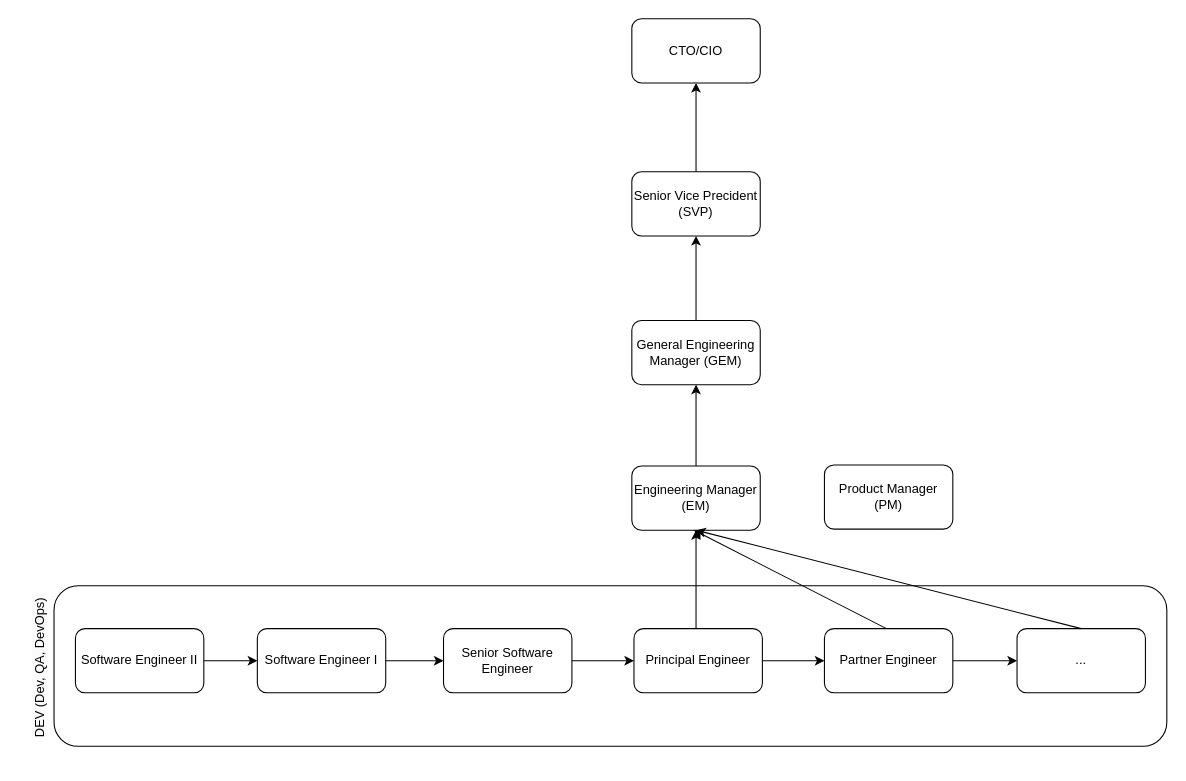
ayeleth-o-shea/drafts keeps this draw.io diagram as Диаграмма без названия.drawio. Above is the earlier version. Source tidied: cells renumbered, new cells numbered last; positions are measured from the earlier drawing's top-left corner, leaving out a move shared by most shapes. Both pictures are drawn from the tidied source at 107%, with x=0, y=0 at pixel (18, 18).
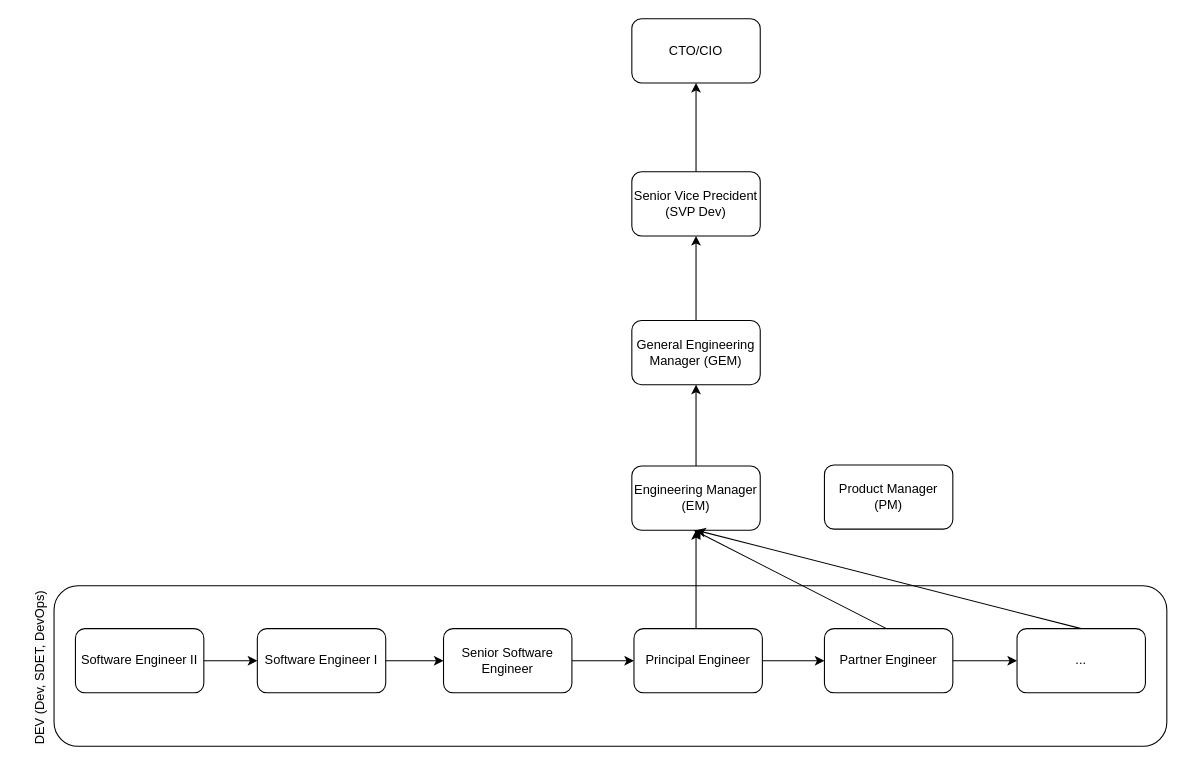
Above is the later version.

Change to the diagram source:
```diff
@@
-    <mxCell id="6" value="Senior Vice Precident (SVP)" style="rounded=1;whiteSpace=wrap;html=1;" parent="1" vertex="1">
+    <mxCell id="6" value="Senior Vice Precident (SVP Dev)" style="rounded=1;whiteSpace=wrap;html=1;" parent="1" vertex="1">
       <mxGeometry x="573" y="143" width="120" height="60" as="geometry" />
     </mxCell>
@@
-    <mxCell id="11" value="&lt;span style=&quot;color: rgb(0, 0, 0); font-family: Helvetica; font-size: 12px; font-style: normal; font-variant-ligatures: normal; font-variant-caps: normal; font-weight: 400; letter-spacing: normal; orphans: 2; text-align: center; text-indent: 0px; text-transform: none; widows: 2; word-spacing: 0px; -webkit-text-stroke-width: 0px; background-color: rgb(251, 251, 251); text-decoration-thickness: initial; text-decoration-style: initial; text-decoration-color: initial; float: none; display: inline !important;&quot;&gt;DEV (Dev, QA, DevOps)&amp;nbsp;&lt;/span&gt;" style="text;html=1;strokeColor=none;fillColor=none;align=center;verticalAlign=middle;whiteSpace=wrap;rounded=0;horizontal=0;" parent="1" vertex="1">
+    <mxCell id="11" value="&lt;span style=&quot;color: rgb(0, 0, 0); font-family: Helvetica; font-size: 12px; font-style: normal; font-variant-ligatures: normal; font-variant-caps: normal; font-weight: 400; letter-spacing: normal; orphans: 2; text-align: center; text-indent: 0px; text-transform: none; widows: 2; word-spacing: 0px; -webkit-text-stroke-width: 0px; background-color: rgb(251, 251, 251); text-decoration-thickness: initial; text-decoration-style: initial; text-decoration-color: initial; float: none; display: inline !important;&quot;&gt;DEV (Dev, SDET, DevOps)&amp;nbsp;&lt;/span&gt;" style="text;html=1;strokeColor=none;fillColor=none;align=center;verticalAlign=middle;whiteSpace=wrap;rounded=0;horizontal=0;" parent="1" vertex="1">
       <mxGeometry y="515" width="40" height="180" as="geometry" />
     </mxCell>
```
